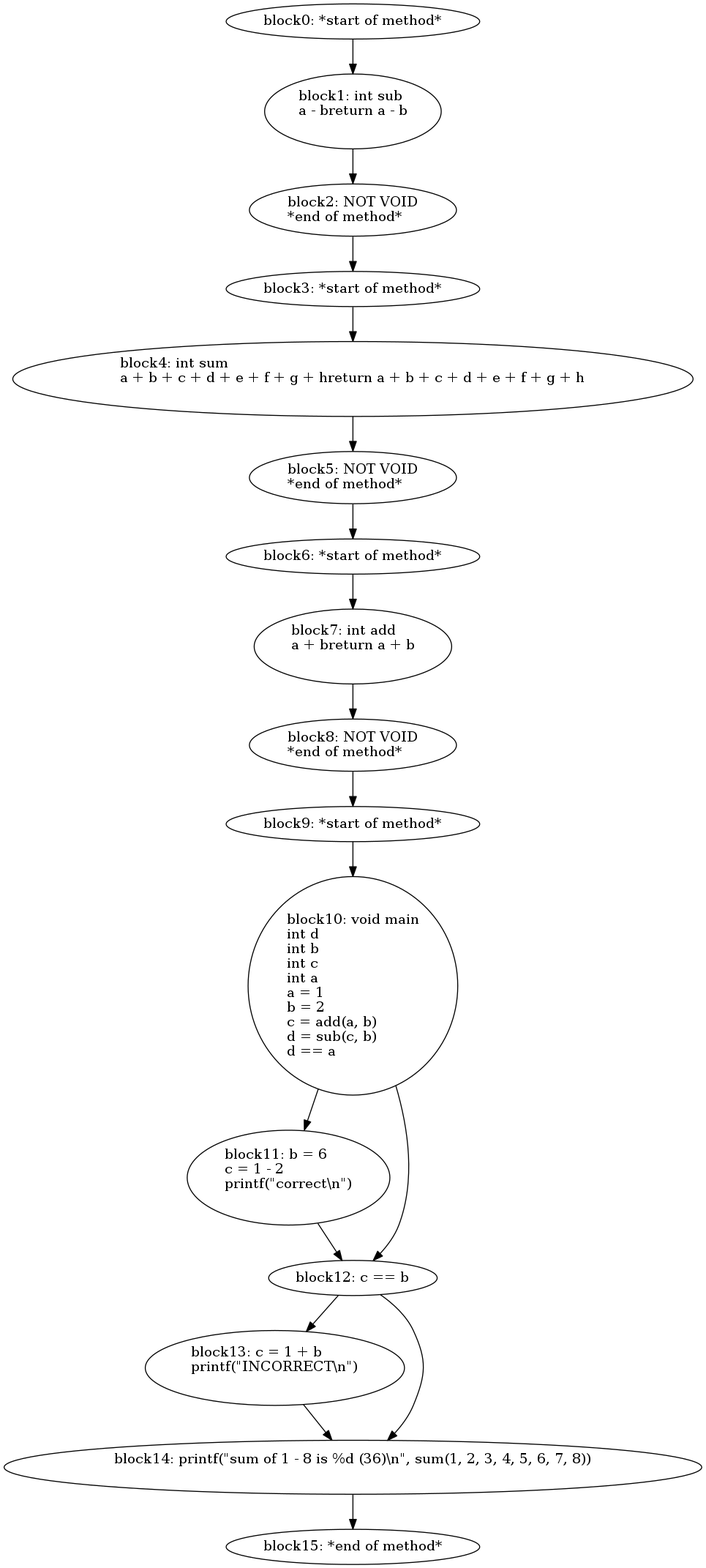
The Graphviz diagram foo.png in jimmyz42/CCompiler, before a commit. Its source is kept beside it as foo.dot.
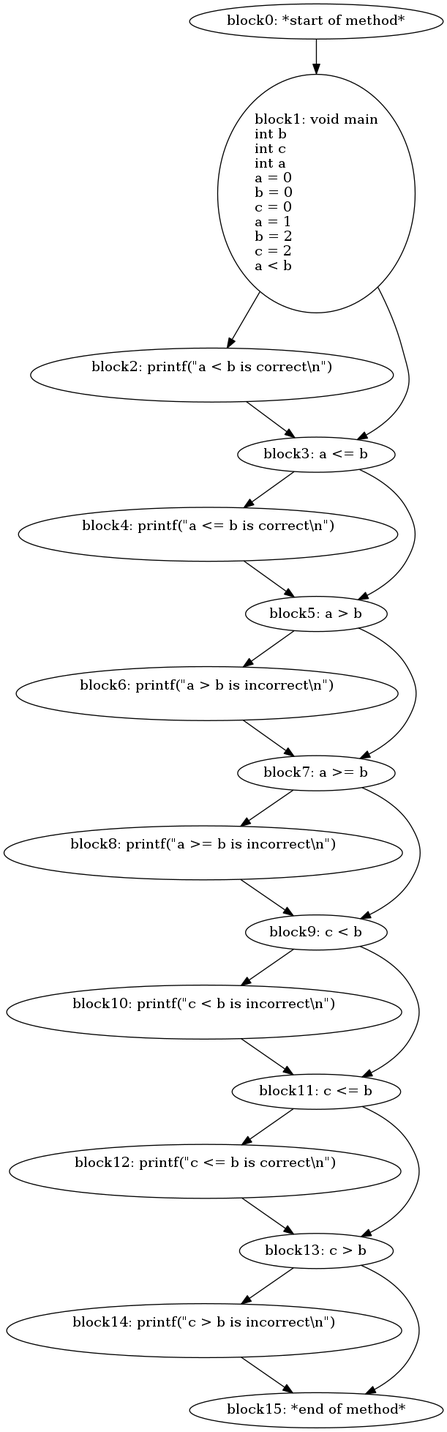
The same diagram one commit later.

Diff of the diagram source:
```diff
@@ -1,19 +1,19 @@
 digraph G {
   block0 [ label="block0: *start\ of\ method*\l" ];
-  block1 [ label="block1: int\ sub\la\ -\ breturn\ a\ -\ b\l\l" ];
-  block2 [ label="block2: NOT\ VOID\l*end\ of\ method*\l" ];
-  block3 [ label="block3: *start\ of\ method*\l" ];
-  block4 [ label="block4: int\ sum\la\ +\ b\ +\ c\ +\ d\ +\ e\ +\ f\ +\ g\ +\ hreturn\ a\ +\ b\ +\ c\ +\ d\ +\ e\ +\ f\ +\ g\ +\ h\l\l" ];
-  block5 [ label="block5: NOT\ VOID\l*end\ of\ method*\l" ];
-  block6 [ label="block6: *start\ of\ method*\l" ];
-  block7 [ label="block7: int\ add\la\ +\ breturn\ a\ +\ b\l\l" ];
-  block8 [ label="block8: NOT\ VOID\l*end\ of\ method*\l" ];
-  block9 [ label="block9: *start\ of\ method*\l" ];
-  block10 [ label="block10: void\ main\lint\ d\lint\ b\lint\ c\lint\ a\la\ =\ 1\lb\ =\ 2\lc\ =\ add\(a\,\ b\)\ld\ =\ sub\(c\,\ b\)\ld\ ==\ a\l" ];
-  block11 [ label="block11: b\ =\ 6\lc\ =\ 1\ -\ 2\lprintf\(\"correct\\n\"\)\l\l" ];
-  block12 [ label="block12: c\ ==\ b\l" ];
-  block13 [ label="block13: c\ =\ 1\ +\ b\lprintf\(\"INCORRECT\\n\"\)\l\l" ];
-  block14 [ label="block14: printf\(\"sum\ of\ 1\ -\ 8\ is\ %d\ \(36\)\\n\"\,\ sum\(1\,\ 2\,\ 3\,\ 4\,\ 5\,\ 6\,\ 7\,\ 8\)\)\l\l" ];
+  block1 [ label="block1: void\ main\lint\ b\lint\ c\lint\ a\la\ =\ 0\lb\ =\ 0\lc\ =\ 0\la\ =\ 1\lb\ =\ 2\lc\ =\ 2\la\ \<\ b\l" ];
+  block2 [ label="block2: printf\(\"a\ \<\ b\ is\ correct\\n\"\)\l\l" ];
+  block3 [ label="block3: a\ \<=\ b\l" ];
+  block4 [ label="block4: printf\(\"a\ \<=\ b\ is\ correct\\n\"\)\l\l" ];
+  block5 [ label="block5: a\ \>\ b\l" ];
+  block6 [ label="block6: printf\(\"a\ \>\ b\ is\ incorrect\\n\"\)\l\l" ];
+  block7 [ label="block7: a\ \>=\ b\l" ];
+  block8 [ label="block8: printf\(\"a\ \>=\ b\ is\ incorrect\\n\"\)\l\l" ];
+  block9 [ label="block9: c\ \<\ b\l" ];
+  block10 [ label="block10: printf\(\"c\ \<\ b\ is\ incorrect\\n\"\)\l\l" ];
+  block11 [ label="block11: c\ \<=\ b\l" ];
+  block12 [ label="block12: printf\(\"c\ \<=\ b\ is\ correct\\n\"\)\l\l" ];
+  block13 [ label="block13: c\ \>\ b\l" ];
+  block14 [ label="block14: printf\(\"c\ \>\ b\ is\ incorrect\\n\"\)\l\l" ];
   block15 [ label="block15: *end\ of\ method*\l" ];
   block0 -> block1;
   block1 -> block2;
@@ -30,6 +30,11 @@
   block12 -> block13;
   block13 -> block14;
   block14 -> block15;
-  block12 -> block14;
-  block10 -> block12;
+  block13 -> block15;
+  block11 -> block13;
+  block9 -> block11;
+  block7 -> block9;
+  block5 -> block7;
+  block3 -> block5;
+  block1 -> block3;
 }
```
